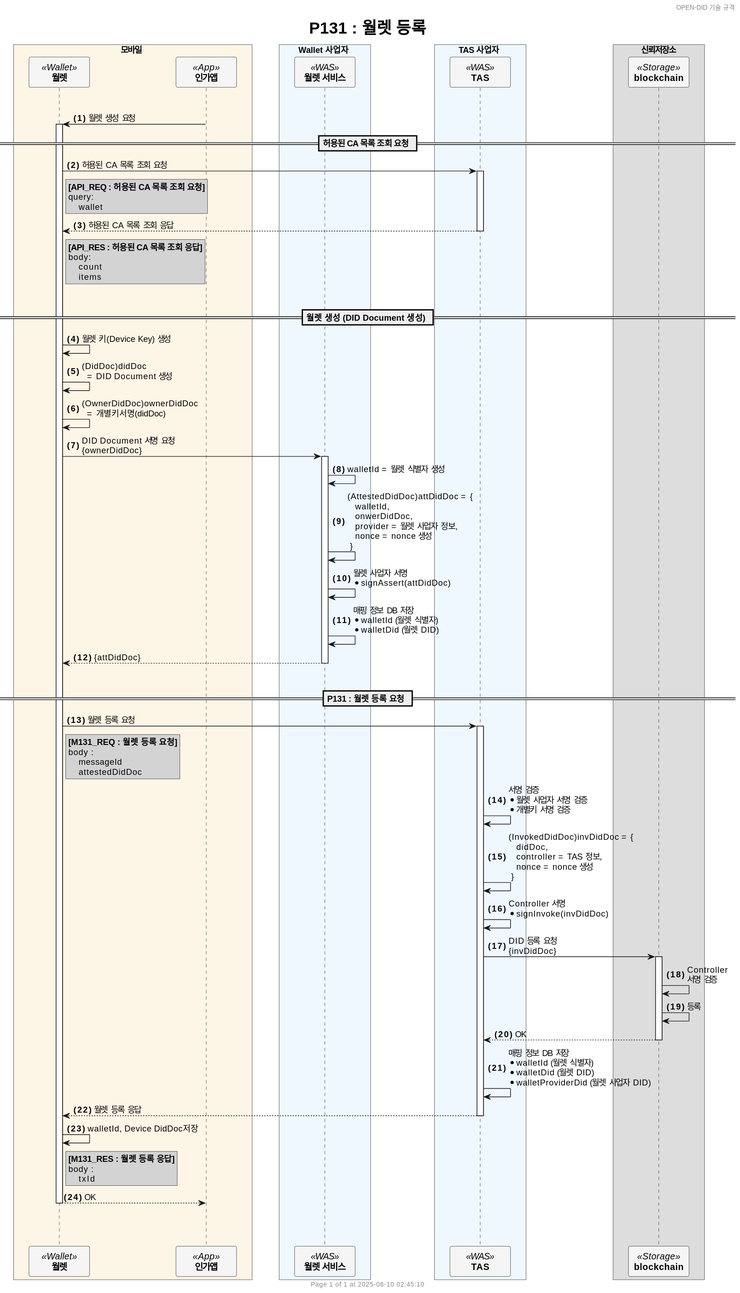
The PlantUML diagram docs/sequence/detailed/images/P131_register_wallet_ko.svg in OmniOneID/did-doc-architecture, before a commit. Its diagram source:
```plantuml
@startuml
header OPEN-DID 기술 규격
footer
  	Page %page% of %lastpage% at %date("yyyy-MM-dd hh:mm:ss")
end footer

title
	<size:25>P131 : 월렛 등록</size>
end title

autonumber "<b>(#)</b>"

skinparam ParticipantPadding 20
skinparam BoxPadding 20
skinparam MaxMessageSize 500
skinparam MinClassWidth 80

box 모바일 #OldLace
    participant "**월렛**" as WALLET <<Wallet>> #WhiteSmoke
    participant "**인가앱**" as CA <<App>> #WhiteSmoke
end box

box Wallet 사업자 #AliceBlue
    participant "**월렛 서비스**" as WP <<WAS>> #WhiteSmoke
end box

box TAS 사업자 #AliceBlue
    participant "**TAS**" as TAS <<WAS>> #WhiteSmoke
end box

box 신뢰저장소
    participant "**blockchain**" as BC <<Storage>> #WhiteSmoke
end box


!$refdoc = "별도 문서 참조"
!$doc = "데이터명세 문서 참조"


|||

CA -> WALLET++: 월렛 생성 요청

== 허용된 CA 목록 조회 요청 ==
WALLET -> TAS++: 허용된 CA 목록 조회 요청
rnote right of WALLET #LightGray
    **[API_REQ : 허용된 CA 목록 조회 요청]**
    query:
        wallet
end note

return 허용된 CA 목록 조회 응답
rnote right of WALLET #LightGray
    **[API_RES : 허용된 CA 목록 조회 응답]**
    body:
        count
        items
end note

|||
== 월렛 생성 (DID Document 생성) ==
WALLET -> WALLET: 월렛 키(Device Key) 생성

WALLET -> WALLET: (DidDoc)didDoc                \n  = DID Document 생성
WALLET -> WALLET: (OwnerDidDoc)ownerDidDoc               \n  = 개별키서명(didDoc)

WALLET -> WP ++: DID Document 서명 요청\n{ownerDidDoc}
    WP -> WP: walletId = 월렛 식별자 생성
    WP -> WP: (AttestedDidDoc)attDidDoc = {        \n   walletId,        \n   onwerDidDoc,        \n   provider = 월렛 사업자 정보,        \n   nonce = nonce 생성        \n }
    WP -> WP: 월렛 사업자 서명        \n* signAssert(attDidDoc)
    WP -> WP: 매핑 정보 DB 저장        \n* walletId (월렛 식별자)        \n* walletDid (월렛 DID)
return {attDidDoc}


|||
== P131 : 월렛 등록 요청 ==

WALLET -> TAS++: 월렛 등록 요청
rnote right of WALLET #LightGray
    **[M131_REQ : 월렛 등록 요청]**
    body :
        messageId
        attestedDidDoc
end note

    TAS -> TAS: 서명 검증                \n* 월렛 사업자 서명 검증                \n* 개별키 서명 검증

    TAS -> TAS: (InvokedDidDoc)invDidDoc = {        \n   didDoc,        \n   controller = TAS 정보,        \n   nonce = nonce 생성        \n }

    TAS -> TAS: Controller 서명        \n* signInvoke(invDidDoc)

    TAS -> BC ++: DID 등록 요청\n{invDidDoc}
        BC -> BC: Controller\n서명 검증
        BC -> BC: 등록
    return OK

    TAS -> TAS: 매핑 정보 DB 저장        \n* walletId (월렛 식별자)        \n* walletDid (월렛 DID)        \n* walletProviderDid (월렛 사업자 DID)

return 월렛 등록 응답

WALLET -> WALLET : walletId, Device DidDoc저장

rnote right of WALLET #LightGray
    **[M131_RES : 월렛 등록 응답]**
    body :
        txId
end note

WALLET --> CA--: OK

|||
|||
@enduml
```
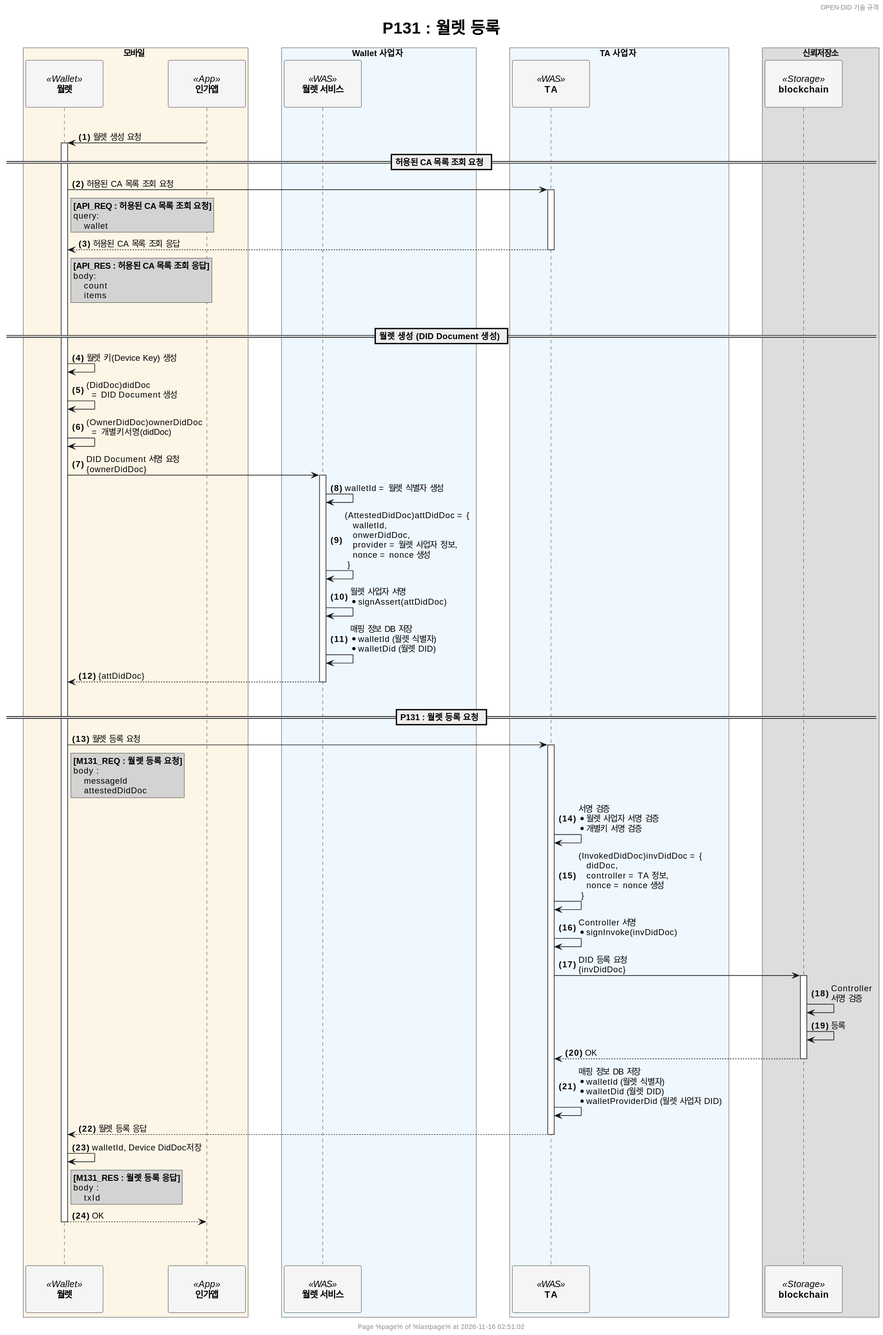
After the change.

Diff of the diagram source:
```diff
@@ -10,7 +10,11 @@
 
 autonumber "<b>(#)</b>"
 
-skinparam ParticipantPadding 20
+<style>
+participant {
+  Padding 20
+}
+</style>
 skinparam BoxPadding 20
 skinparam MaxMessageSize 500
 skinparam MinClassWidth 80
@@ -24,8 +28,8 @@
     participant "**월렛 서비스**" as WP <<WAS>> #WhiteSmoke
 end box
 
-box TAS 사업자 #AliceBlue
-    participant "**TAS**" as TAS <<WAS>> #WhiteSmoke
+box TA 사업자 #AliceBlue
+    participant "**TA**" as TA <<WAS>> #WhiteSmoke
 end box
 
 box 신뢰저장소
@@ -42,7 +46,7 @@
 CA -> WALLET++: 월렛 생성 요청
 
 == 허용된 CA 목록 조회 요청 ==
-WALLET -> TAS++: 허용된 CA 목록 조회 요청
+WALLET -> TA++: 허용된 CA 목록 조회 요청
 rnote right of WALLET #LightGray
     **[API_REQ : 허용된 CA 목록 조회 요청]**
     query:
@@ -75,7 +79,7 @@
 |||
 == P131 : 월렛 등록 요청 ==
 
-WALLET -> TAS++: 월렛 등록 요청
+WALLET -> TA++: 월렛 등록 요청
 rnote right of WALLET #LightGray
     **[M131_REQ : 월렛 등록 요청]**
     body :
@@ -83,18 +87,18 @@
         attestedDidDoc
 end note
 
-    TAS -> TAS: 서명 검증                \n* 월렛 사업자 서명 검증                \n* 개별키 서명 검증
+    TA -> TA: 서명 검증                \n* 월렛 사업자 서명 검증                \n* 개별키 서명 검증
 
-    TAS -> TAS: (InvokedDidDoc)invDidDoc = {        \n   didDoc,        \n   controller = TAS 정보,        \n   nonce = nonce 생성        \n }
+    TA -> TA: (InvokedDidDoc)invDidDoc = {        \n   didDoc,        \n   controller = TA 정보,        \n   nonce = nonce 생성        \n }
 
-    TAS -> TAS: Controller 서명        \n* signInvoke(invDidDoc)
+    TA -> TA: Controller 서명        \n* signInvoke(invDidDoc)
 
-    TAS -> BC ++: DID 등록 요청\n{invDidDoc}
+    TA -> BC ++: DID 등록 요청\n{invDidDoc}
         BC -> BC: Controller\n서명 검증
         BC -> BC: 등록
     return OK
 
-    TAS -> TAS: 매핑 정보 DB 저장        \n* walletId (월렛 식별자)        \n* walletDid (월렛 DID)        \n* walletProviderDid (월렛 사업자 DID)
+    TA -> TA: 매핑 정보 DB 저장        \n* walletId (월렛 식별자)        \n* walletDid (월렛 DID)        \n* walletProviderDid (월렛 사업자 DID)
 
 return 월렛 등록 응답
 
```
